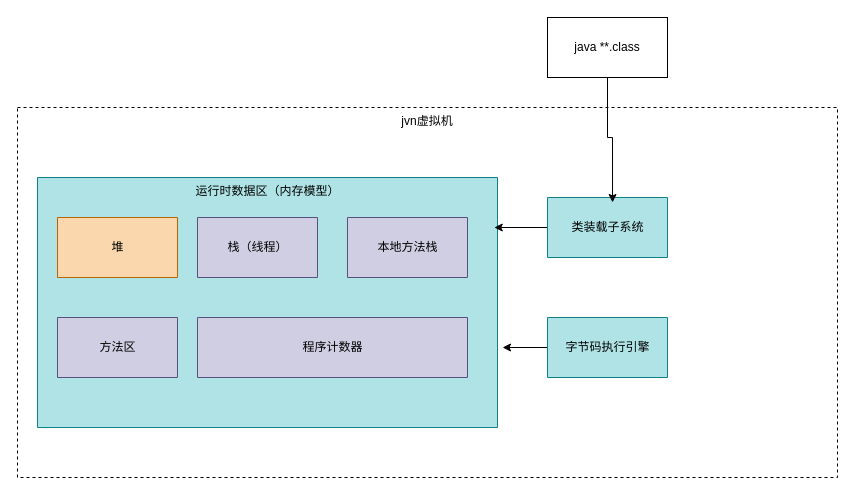
This is jvm结构1.drawio from qiuzhenjie/chart, a draw.io file, before an edit. Source tidied: cells renumbered, new cells numbered last; positions are measured from the earlier drawing's top-left corner, leaving out a move shared by most shapes. Both pictures are drawn from the tidied source at 100%, with x=0, y=0 at pixel (17, 17).
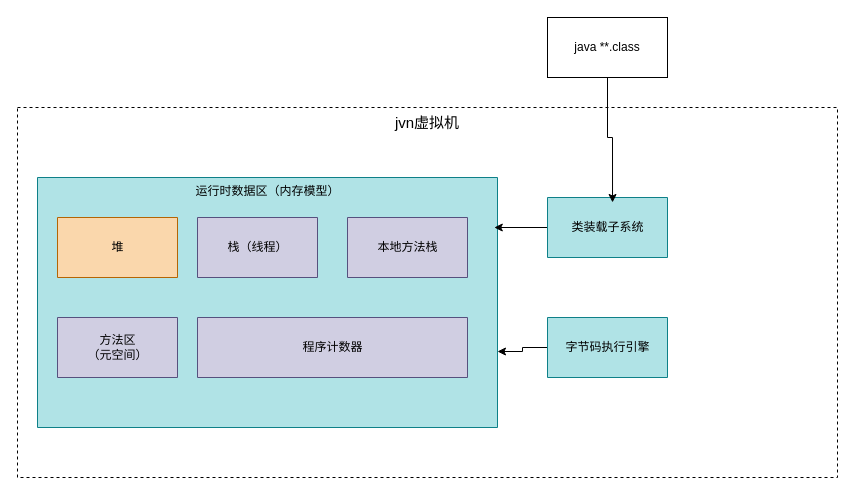
The same diagram, later.

The edit, as a diff of the source:
```diff
@@
 <mxGraphModel>
   <root>
     <mxCell id="0" />
     <mxCell id="1" parent="0" />
-    <mxCell id="2" value="jvn虚拟机" style="rounded=0;whiteSpace=wrap;html=1;dashed=1;align=center;verticalAlign=top;" parent="1" vertex="1">
+    <mxCell id="2" value="&lt;font style=&quot;font-size: 15px&quot;&gt;jvn虚拟机&lt;/font&gt;" style="rounded=0;whiteSpace=wrap;html=1;dashed=1;align=center;verticalAlign=top;" parent="1" vertex="1">
       <mxGeometry y="90" width="820" height="370" as="geometry" />
     </mxCell>
     <mxCell id="3" value="&lt;div align=&quot;center&quot;&gt;运行时数据区（内存模型）&lt;br&gt;&lt;/div&gt;" style="verticalLabelPosition=middle;verticalAlign=top;html=1;shape=mxgraph.basic.rect;fillColor2=none;strokeWidth=1;size=20;indent=5;align=center;labelPosition=center;labelBackgroundColor=none;spacingTop=0;fillColor=#b0e3e6;strokeColor=#0e8088;" parent="1" vertex="1">
       <mxGeometry x="20" y="160" width="460" height="250" as="geometry" />
     </mxCell>
     <mxCell id="4" value="堆" style="verticalLabelPosition=middle;verticalAlign=middle;html=1;shape=mxgraph.basic.rect;fillColor2=none;strokeWidth=1;size=20;indent=5;align=center;labelPosition=center;horizontal=1;fillColor=#fad7ac;strokeColor=#b46504;" parent="1" vertex="1">
       <mxGeometry x="40" y="200" width="120" height="60" as="geometry" />
     </mxCell>
     <mxCell id="5" value="栈（线程）" style="verticalLabelPosition=middle;verticalAlign=middle;html=1;shape=mxgraph.basic.rect;fillColor2=none;strokeWidth=1;size=20;indent=5;align=center;labelPosition=center;fillColor=#d0cee2;strokeColor=#56517e;" parent="1" vertex="1">
       <mxGeometry x="180" y="200" width="120" height="60" as="geometry" />
     </mxCell>
     <mxCell id="6" value="本地方法栈" style="verticalLabelPosition=middle;verticalAlign=middle;html=1;shape=mxgraph.basic.rect;fillColor2=none;strokeWidth=1;size=20;indent=5;align=center;labelPosition=center;fillColor=#d0cee2;strokeColor=#56517e;" parent="1" vertex="1">
       <mxGeometry x="330" y="200" width="120" height="60" as="geometry" />
     </mxCell>
-    <mxCell id="7" value="方法区" style="verticalLabelPosition=middle;verticalAlign=middle;html=1;shape=mxgraph.basic.rect;fillColor2=none;strokeWidth=1;size=20;indent=5;align=center;labelPosition=center;fillColor=#d0cee2;strokeColor=#56517e;" parent="1" vertex="1">
+    <mxCell id="7" value="&lt;div&gt;方法区&lt;/div&gt;&lt;div&gt;（元空间）&lt;br&gt;&lt;/div&gt;" style="verticalLabelPosition=middle;verticalAlign=middle;html=1;shape=mxgraph.basic.rect;fillColor2=none;strokeWidth=1;size=20;indent=5;align=center;labelPosition=center;fillColor=#d0cee2;strokeColor=#56517e;" parent="1" vertex="1">
       <mxGeometry x="40" y="300" width="120" height="60" as="geometry" />
     </mxCell>
     <mxCell id="8" value="程序计数器" style="verticalLabelPosition=middle;verticalAlign=middle;html=1;shape=mxgraph.basic.rect;fillColor2=none;strokeWidth=1;size=20;indent=5;align=center;labelPosition=center;fillColor=#d0cee2;strokeColor=#56517e;" parent="1" vertex="1">
       <mxGeometry x="180" y="300" width="270" height="60" as="geometry" />
     </mxCell>
     <mxCell id="9" style="edgeStyle=orthogonalEdgeStyle;rounded=0;jettySize=auto;html=1;entryX=0.993;entryY=0.2;entryDx=0;entryDy=0;entryPerimeter=0;fontColor=#000000;" parent="1" edge="1" source="10" target="3">
       <mxGeometry relative="1" as="geometry" />
     </mxCell>
     <mxCell id="10" value="类装载子系统" style="verticalLabelPosition=middle;verticalAlign=middle;html=1;shape=mxgraph.basic.rect;fillColor2=none;strokeWidth=1;size=20;indent=5;labelBackgroundColor=none;align=center;labelPosition=center;fillColor=#b0e3e6;strokeColor=#0e8088;" parent="1" vertex="1">
       <mxGeometry x="530" y="180" width="120" height="60" as="geometry" />
     </mxCell>
-    <mxCell id="11" style="edgeStyle=orthogonalEdgeStyle;rounded=0;jettySize=auto;html=1;entryX=1.011;entryY=0.68;entryDx=0;entryDy=0;entryPerimeter=0;fontColor=#000000;" parent="1" edge="1" source="12" target="3">
+    <mxCell id="11" style="edgeStyle=orthogonalEdgeStyle;rounded=0;jettySize=auto;html=1;entryX=1;entryY=0.696;entryDx=0;entryDy=0;entryPerimeter=0;fontColor=#000000;" parent="1" edge="1" source="12" target="3">
       <mxGeometry relative="1" as="geometry" />
     </mxCell>
     <mxCell id="12" value="字节码执行引擎" style="verticalLabelPosition=middle;verticalAlign=middle;html=1;shape=mxgraph.basic.rect;fillColor2=none;strokeWidth=1;size=20;indent=5;labelBackgroundColor=none;align=center;labelPosition=center;fillColor=#b0e3e6;strokeColor=#0e8088;" parent="1" vertex="1">
       <mxGeometry x="530" y="300" width="120" height="60" as="geometry" />
     </mxCell>
     <mxCell id="13" style="edgeStyle=orthogonalEdgeStyle;rounded=0;jettySize=auto;html=1;entryX=0.542;entryY=0.083;entryDx=0;entryDy=0;entryPerimeter=0;fontColor=#000000;" parent="1" edge="1" source="14" target="10">
       <mxGeometry relative="1" as="geometry" />
     </mxCell>
     <mxCell id="14" value="java **.class" style="rounded=0;whiteSpace=wrap;html=1;labelBackgroundColor=none;fontColor=#000000;align=center;" parent="1" vertex="1">
       <mxGeometry x="530" width="120" height="60" as="geometry" />
     </mxCell>
   </root>
 </mxGraphModel>
```
